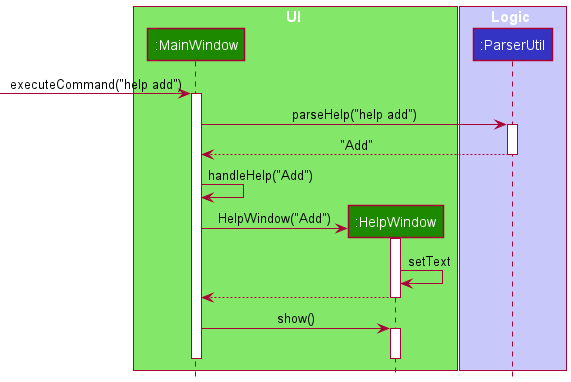
Before: docs/images/HelpCommandParsingSequenceDiagram.png, a diagram exported from PlantUML (nus-cs2103-AY2122S1/tp).
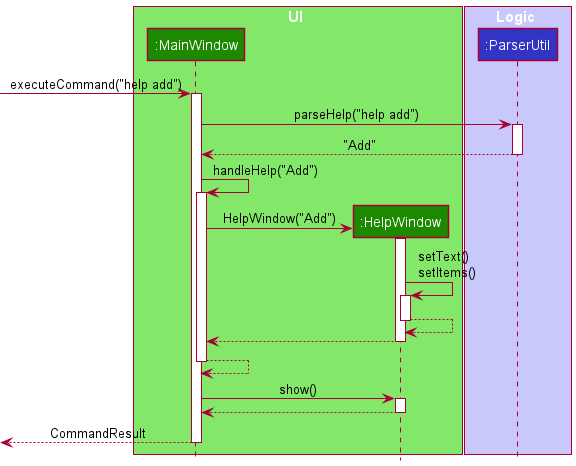
The same diagram one commit later.

The edit, as a diff of the source:
```diff
@@ -19,21 +19,31 @@
 deactivate Parser
 
 MainWindow -> MainWindow : handleHelp("Add")
+activate MainWindow
 
 create HelpWindow
 MainWindow -> HelpWindow : HelpWindow("Add")
+
 activate HelpWindow
-HelpWindow -> HelpWindow : setText
+HelpWindow -> HelpWindow : setText() \nsetItems()
+activate HelpWindow
+HelpWindow --> HelpWindow
+deactivate HelpWindow
 HelpWindow --> MainWindow
 deactivate HelpWindow
 
+
+MainWindow --> MainWindow
+deactivate MainWindow
+
 MainWindow -> HelpWindow : show()
 activate HelpWindow
+HelpWindow --> MainWindow
 deactivate HelpWindow
+
+MainWindow -->[ :CommandResult
 
 deactivate MainWindow
 
 
-
-
 @enduml
```
